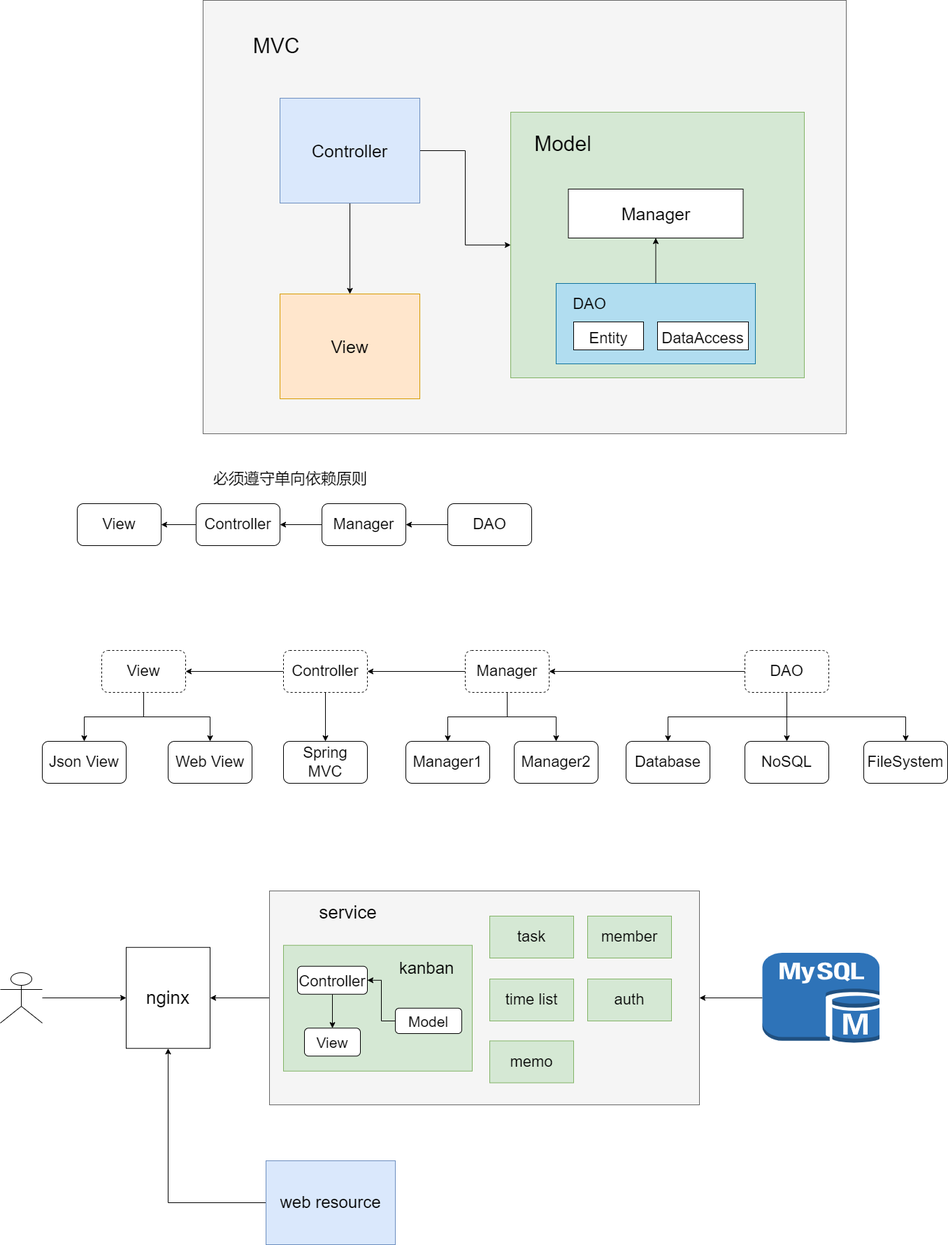
Earlier version of the draw.io export lingxi-taurus/lingxi-taurus-architecture-1,0.0.png (GitHeP/diagrams). Source tidied: cells renumbered, new cells last; positions are measured from the earlier drawing's top-left corner, leaving out a move shared by most shapes.
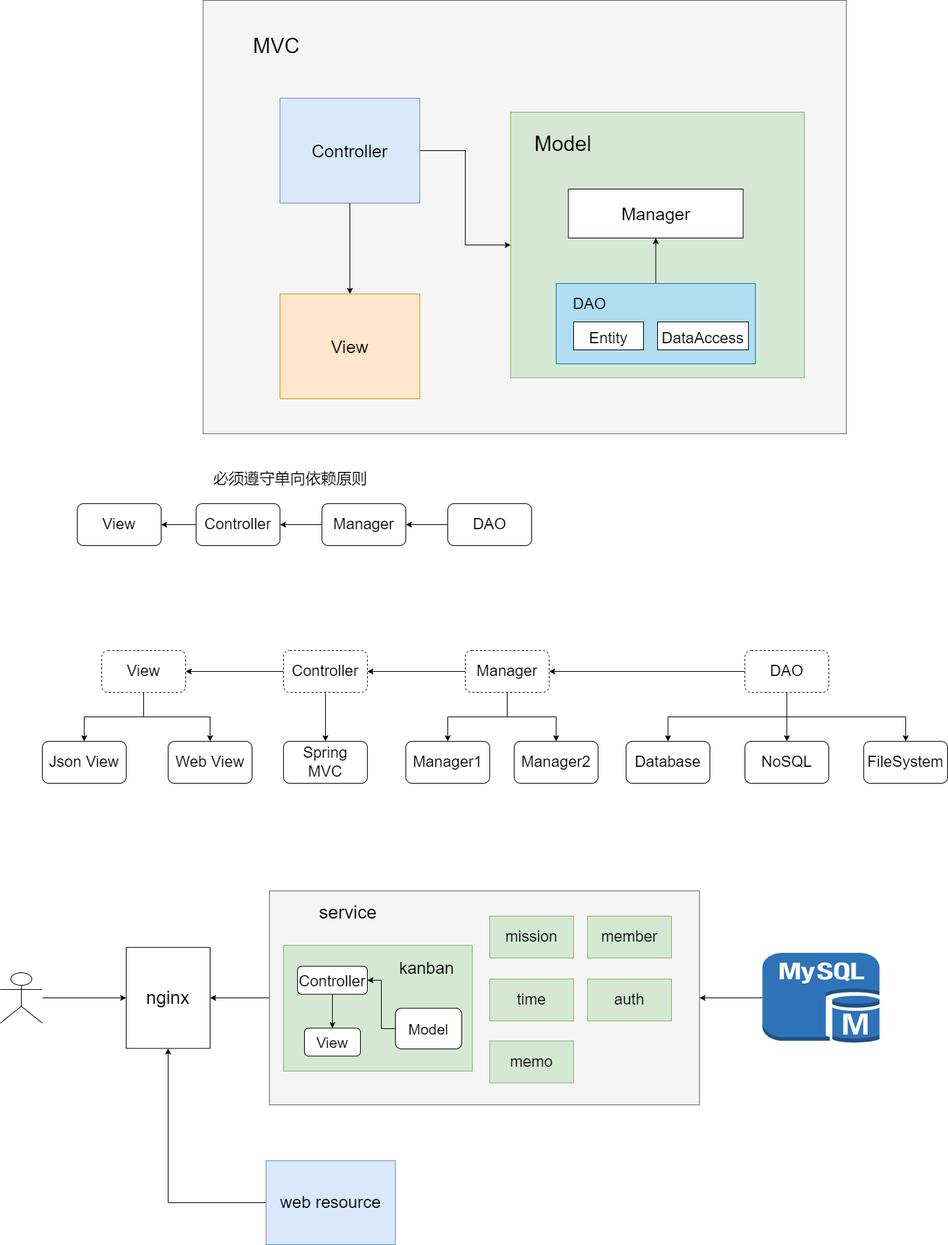
The same file after the commit.

What changed in the source:
```diff
@@ -146,10 +146,10 @@
     <mxCell id="49" style="rounded=0;whiteSpace=wrap;html=1;fontSize=22;fillColor=#d5e8d4;strokeColor=#82b366;" parent="1" vertex="1">
       <mxGeometry x="405" y="1351.8" width="270" height="180" as="geometry" />
     </mxCell>
-    <mxCell id="50" value="task" style="rounded=0;whiteSpace=wrap;html=1;fontSize=22;fillColor=#d5e8d4;strokeColor=#82b366;" parent="1" vertex="1">
+    <mxCell id="50" value="mission" style="rounded=0;whiteSpace=wrap;html=1;fontSize=22;fillColor=#d5e8d4;strokeColor=#82b366;" parent="1" vertex="1">
       <mxGeometry x="700" y="1310" width="120" height="60" as="geometry" />
     </mxCell>
-    <mxCell id="51" value="time list" style="rounded=0;whiteSpace=wrap;html=1;fontSize=22;fillColor=#d5e8d4;strokeColor=#82b366;" parent="1" vertex="1">
+    <mxCell id="51" value="time" style="rounded=0;whiteSpace=wrap;html=1;fontSize=22;fillColor=#d5e8d4;strokeColor=#82b366;" parent="1" vertex="1">
       <mxGeometry x="700" y="1400" width="120" height="60" as="geometry" />
     </mxCell>
     <mxCell id="52" value="memo" style="rounded=0;whiteSpace=wrap;html=1;fontSize=22;fillColor=#d5e8d4;strokeColor=#82b366;" parent="1" vertex="1">
@@ -173,12 +173,12 @@
     <mxCell id="58" value="nginx" style="rounded=0;whiteSpace=wrap;html=1;fontSize=26;" parent="1" vertex="1">
       <mxGeometry x="180" y="1354.8" width="120" height="144.5" as="geometry" />
     </mxCell>
-    <mxCell id="59" style="edgeStyle=orthogonalEdgeStyle;rounded=0;jettySize=auto;html=1;fontSize=25;" parent="1" edge="1" source="x">
+    <mxCell id="59" style="edgeStyle=orthogonalEdgeStyle;rounded=0;orthogonalLoop=1;jettySize=auto;html=1;fontSize=25;" parent="1" edge="1">
       <mxGeometry relative="1" as="geometry">
         <mxPoint x="560" y="2000" as="targetPoint" />
       </mxGeometry>
     </mxCell>
-    <mxCell id="60" style="edgeStyle=orthogonalEdgeStyle;rounded=0;jettySize=auto;html=1;exitX=0.5;exitY=1;exitDx=0;exitDy=0;fontSize=25;" parent="1" edge="1" target="x">
+    <mxCell id="60" style="edgeStyle=orthogonalEdgeStyle;rounded=0;orthogonalLoop=1;jettySize=auto;html=1;exitX=0.5;exitY=1;exitDx=0;exitDy=0;fontSize=25;" parent="1" edge="1">
       <mxGeometry relative="1" as="geometry">
         <mxPoint x="330" y="1940" as="sourcePoint" />
       </mxGeometry>
@@ -193,7 +193,7 @@
       <mxGeometry relative="1" as="geometry" />
     </mxCell>
     <mxCell id="64" value="&lt;font style=&quot;font-size: 21px;&quot;&gt;Model&lt;/font&gt;" style="rounded=1;whiteSpace=wrap;html=1;fontSize=26;" parent="1" vertex="1">
-      <mxGeometry x="565" y="1441.8" width="95" height="36.2" as="geometry" />
+      <mxGeometry x="565" y="1441.8" width="95" height="58.2" as="geometry" />
     </mxCell>
     <mxCell id="65" value="&lt;font style=&quot;font-size: 21px;&quot;&gt;View&lt;/font&gt;" style="rounded=1;whiteSpace=wrap;html=1;fontSize=26;" parent="1" vertex="1">
       <mxGeometry x="435" y="1470.2" width="80" height="40" as="geometry" />
```
